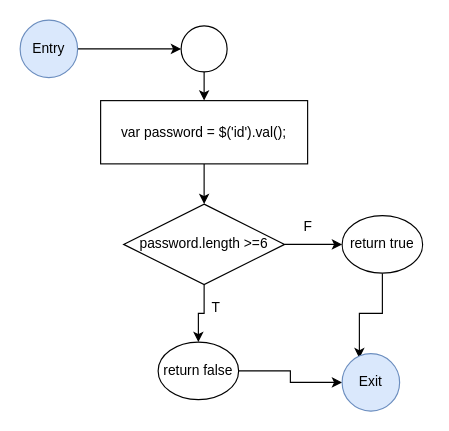
This is page "Page-3" (3 of 4) of kiemthuC2.drawio from pqthinh/pm-diagram, a draw.io file, before an edit. Source tidied: cells renumbered, new cells numbered last; positions are measured from the earlier drawing's top-left corner, leaving out a move shared by most shapes. Both pictures are drawn from the tidied source at 115%, with x=0, y=0 at pixel (20, 20).
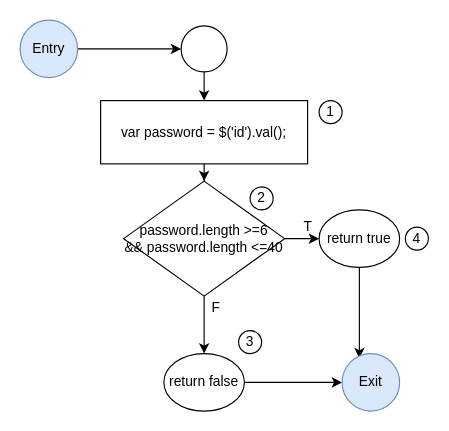
After the change.

The edit, as a diff of the source:
```diff
@@
-    <mxCell id="10" value="password.length &amp;gt;=6" style="rhombus;whiteSpace=wrap;html=1;" parent="1" vertex="1">
-      <mxGeometry x="90" y="160" width="140" height="70" as="geometry" />
+    <mxCell id="10" value="&lt;div&gt;password.length &amp;gt;=6&lt;/div&gt;&lt;div&gt;&amp;amp;&amp;amp; password.length &amp;lt;=40&lt;br&gt;&lt;/div&gt;" style="rhombus;whiteSpace=wrap;html=1;" parent="1" vertex="1">
+      <mxGeometry x="90" y="140" width="140" height="100" as="geometry" />
     </mxCell>
@@
     <mxCell id="12" value="return false" style="ellipse;whiteSpace=wrap;html=1;" parent="1" vertex="1">
-      <mxGeometry x="120" y="280" width="70" height="50" as="geometry" />
+      <mxGeometry x="125" y="290" width="70" height="50" as="geometry" />
     </mxCell>
@@
     <mxCell id="14" value="return true" style="ellipse;whiteSpace=wrap;html=1;" parent="1" vertex="1">
-      <mxGeometry x="280" y="170" width="70" height="50" as="geometry" />
+      <mxGeometry x="260" y="165" width="70" height="50" as="geometry" />
     </mxCell>
@@
-    <mxCell id="16" value="F" style="text;html=1;align=center;verticalAlign=middle;" parent="1" vertex="1">
+    <mxCell id="16" value="T" style="text;html=1;align=center;verticalAlign=middle;" parent="1" vertex="1">
       <mxGeometry x="240" y="170" width="20" height="20" as="geometry" />
     </mxCell>
-    <mxCell id="17" value="T" style="text;html=1;align=center;verticalAlign=middle;" parent="1" vertex="1">
+    <mxCell id="17" value="F" style="text;html=1;align=center;verticalAlign=middle;" parent="1" vertex="1">
       <mxGeometry x="160" y="240" width="20" height="20" as="geometry" />
     </mxCell>
+    <mxCell id="18" value="1" style="ellipse;whiteSpace=wrap;html=1;" parent="1" vertex="1">
+      <mxGeometry x="260" y="70" width="20" height="20" as="geometry" />
+    </mxCell>
+    <mxCell id="19" value="2" style="ellipse;whiteSpace=wrap;html=1;" parent="1" vertex="1">
+      <mxGeometry x="200" y="145" width="20" height="20" as="geometry" />
+    </mxCell>
+    <mxCell id="20" value="3" style="ellipse;whiteSpace=wrap;html=1;" parent="1" vertex="1">
+      <mxGeometry x="190" y="270" width="20" height="20" as="geometry" />
+    </mxCell>
+    <mxCell id="21" value="4" style="ellipse;whiteSpace=wrap;html=1;" parent="1" vertex="1">
+      <mxGeometry x="335" y="180" width="20" height="20" as="geometry" />
+    </mxCell>
```
